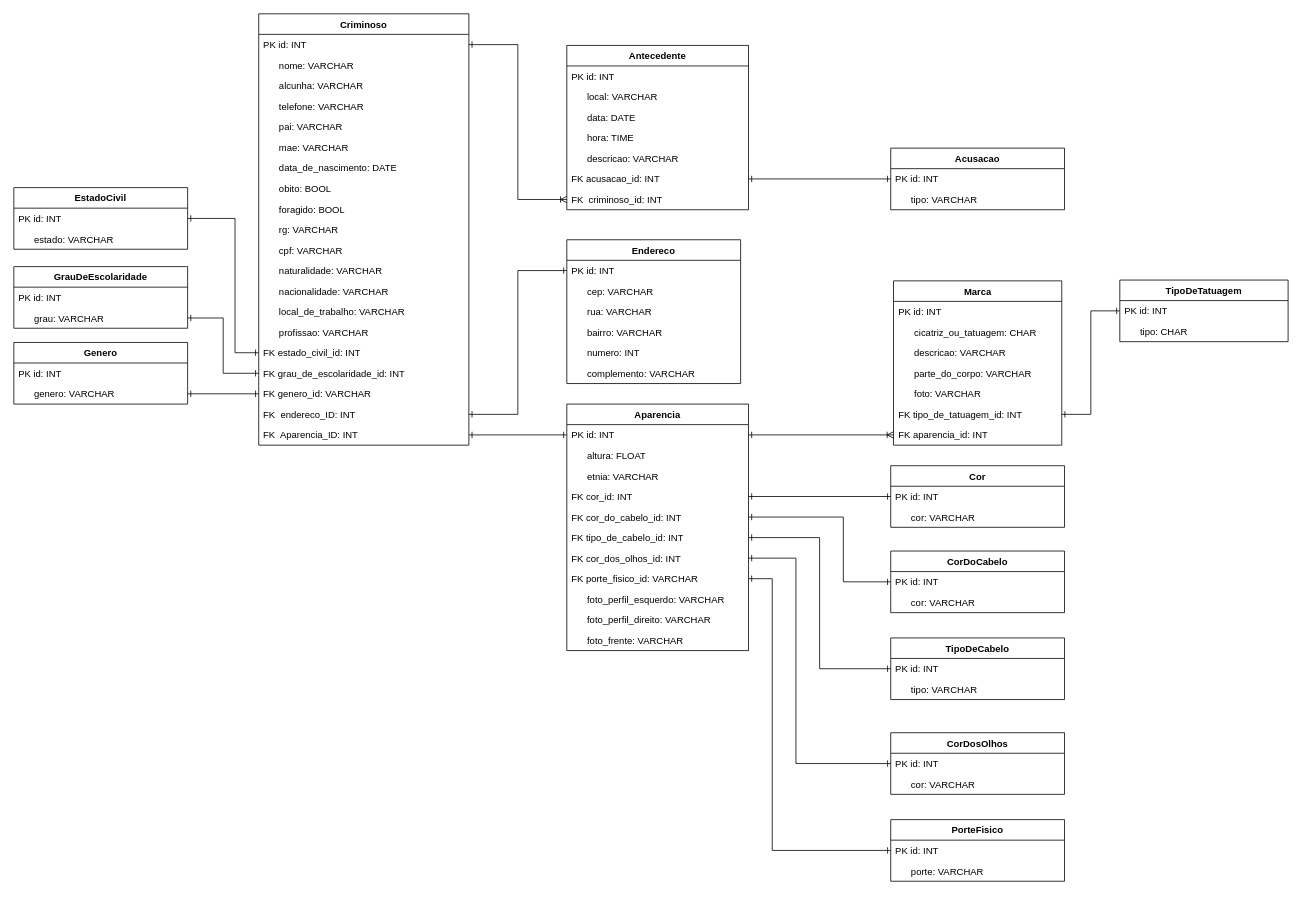
Earlier version of the draw.io diagram Fotos/UML/BancoDeDadosUML.drawio (PlazaJulio/pcproject). Source tidied: cells renumbered, new cells numbered last; positions are measured from the earlier drawing's top-left corner, leaving out a move shared by most shapes. Both pictures are drawn from the tidied source at 79%, with x=0, y=0 at pixel (13, 13).
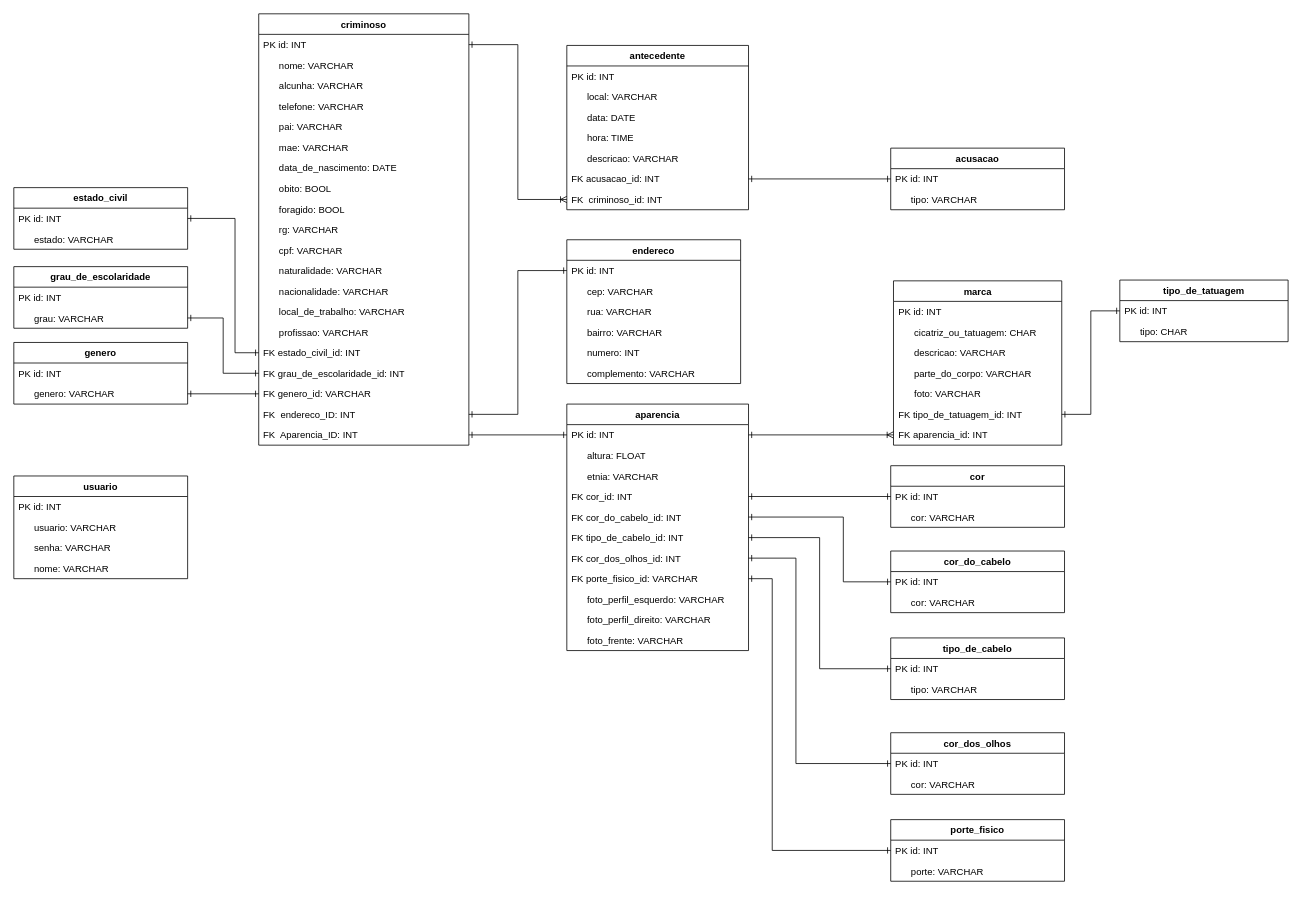
The same page after the edit.

Commit message (it also covers changes not shown here):
Alterado UML para inserir tabela usuarios / Alterado os nomes das tabelas para ficar igual esta no banco

The edit, as a diff of the source:
```diff
@@
-    <mxCell id="2" value="Endereco" style="swimlane;fontStyle=1;align=center;verticalAlign=top;horizontal=1;startSize=26;whiteSpace=wrap;html=1;" parent="1" vertex="1">
+    <mxCell id="2" value="endereco" style="swimlane;fontStyle=1;align=center;verticalAlign=top;horizontal=1;startSize=26;whiteSpace=wrap;html=1;" parent="1" vertex="1">
       <mxGeometry x="700" y="286" width="220" height="182" as="geometry" />
     </mxCell>
@@
-    <mxCell id="9" value="Criminoso" style="swimlane;fontStyle=1;align=center;verticalAlign=top;horizontal=1;startSize=26;whiteSpace=wrap;html=1;" parent="1" vertex="1">
+    <mxCell id="9" value="criminoso" style="swimlane;fontStyle=1;align=center;verticalAlign=top;horizontal=1;startSize=26;whiteSpace=wrap;html=1;" parent="1" vertex="1">
       <mxGeometry x="310" width="266" height="546" as="geometry" />
     </mxCell>
@@
-    <mxCell id="31" value="Aparencia" style="swimlane;fontStyle=1;align=center;verticalAlign=top;horizontal=1;startSize=26;whiteSpace=wrap;html=1;" parent="1" vertex="1">
+    <mxCell id="31" value="aparencia" style="swimlane;fontStyle=1;align=center;verticalAlign=top;horizontal=1;startSize=26;whiteSpace=wrap;html=1;" parent="1" vertex="1">
       <mxGeometry x="700" y="494" width="230" height="312" as="geometry" />
     </mxCell>
@@
-    <mxCell id="43" value="Marca" style="swimlane;fontStyle=1;align=center;verticalAlign=top;horizontal=1;startSize=26;whiteSpace=wrap;html=1;" parent="1" vertex="1">
+    <mxCell id="43" value="marca" style="swimlane;fontStyle=1;align=center;verticalAlign=top;horizontal=1;startSize=26;whiteSpace=wrap;html=1;" parent="1" vertex="1">
       <mxGeometry x="1113.5" y="338" width="213" height="208" as="geometry" />
     </mxCell>
@@
-    <mxCell id="52" value="Antecedente" style="swimlane;fontStyle=1;align=center;verticalAlign=top;horizontal=1;startSize=26;whiteSpace=wrap;html=1;" parent="1" vertex="1">
+    <mxCell id="52" value="antecedente" style="swimlane;fontStyle=1;align=center;verticalAlign=top;horizontal=1;startSize=26;whiteSpace=wrap;html=1;" parent="1" vertex="1">
       <mxGeometry x="700" y="40" width="230" height="208" as="geometry" />
     </mxCell>
@@
-    <mxCell id="62" value="EstadoCivil" style="swimlane;fontStyle=1;align=center;verticalAlign=top;horizontal=1;startSize=26;whiteSpace=wrap;html=1;" parent="1" vertex="1">
+    <mxCell id="62" value="estado_civil" style="swimlane;fontStyle=1;align=center;verticalAlign=top;horizontal=1;startSize=26;whiteSpace=wrap;html=1;" parent="1" vertex="1">
       <mxGeometry y="220" width="220" height="78" as="geometry" />
     </mxCell>
@@
-    <mxCell id="65" value="GrauDeEscolaridade" style="swimlane;fontStyle=1;align=center;verticalAlign=top;horizontal=1;startSize=26;whiteSpace=wrap;html=1;" parent="1" vertex="1">
+    <mxCell id="65" value="grau_de_escolaridade" style="swimlane;fontStyle=1;align=center;verticalAlign=top;horizontal=1;startSize=26;whiteSpace=wrap;html=1;" parent="1" vertex="1">
       <mxGeometry y="320" width="220" height="78" as="geometry" />
     </mxCell>
@@
-    <mxCell id="69" value="Genero" style="swimlane;fontStyle=1;align=center;verticalAlign=top;horizontal=1;startSize=26;whiteSpace=wrap;html=1;" parent="1" vertex="1">
+    <mxCell id="69" value="genero" style="swimlane;fontStyle=1;align=center;verticalAlign=top;horizontal=1;startSize=26;whiteSpace=wrap;html=1;" parent="1" vertex="1">
       <mxGeometry y="416" width="220" height="78" as="geometry" />
     </mxCell>
@@
-    <mxCell id="73" value="Cor" style="swimlane;fontStyle=1;align=center;verticalAlign=top;horizontal=1;startSize=26;whiteSpace=wrap;html=1;" parent="1" vertex="1">
+    <mxCell id="73" value="cor" style="swimlane;fontStyle=1;align=center;verticalAlign=top;horizontal=1;startSize=26;whiteSpace=wrap;html=1;" parent="1" vertex="1">
       <mxGeometry x="1110" y="572" width="220" height="78" as="geometry" />
     </mxCell>
@@
-    <mxCell id="77" value="CorDoCabelo" style="swimlane;fontStyle=1;align=center;verticalAlign=top;horizontal=1;startSize=26;whiteSpace=wrap;html=1;" parent="1" vertex="1">
+    <mxCell id="77" value="cor_do_cabelo" style="swimlane;fontStyle=1;align=center;verticalAlign=top;horizontal=1;startSize=26;whiteSpace=wrap;html=1;" parent="1" vertex="1">
       <mxGeometry x="1110" y="680" width="220" height="78" as="geometry" />
     </mxCell>
@@
-    <mxCell id="80" value="TipoDeCabelo" style="swimlane;fontStyle=1;align=center;verticalAlign=top;horizontal=1;startSize=26;whiteSpace=wrap;html=1;" parent="1" vertex="1">
+    <mxCell id="80" value="tipo_de_cabelo" style="swimlane;fontStyle=1;align=center;verticalAlign=top;horizontal=1;startSize=26;whiteSpace=wrap;html=1;" parent="1" vertex="1">
       <mxGeometry x="1110" y="790" width="220" height="78" as="geometry" />
     </mxCell>
@@
-    <mxCell id="83" value="CorDosOlhos" style="swimlane;fontStyle=1;align=center;verticalAlign=top;horizontal=1;startSize=26;whiteSpace=wrap;html=1;" parent="1" vertex="1">
+    <mxCell id="83" value="cor_dos_olhos" style="swimlane;fontStyle=1;align=center;verticalAlign=top;horizontal=1;startSize=26;whiteSpace=wrap;html=1;" parent="1" vertex="1">
       <mxGeometry x="1110" y="910" width="220" height="78" as="geometry" />
     </mxCell>
@@
-    <mxCell id="86" value="Acusacao" style="swimlane;fontStyle=1;align=center;verticalAlign=top;horizontal=1;startSize=26;whiteSpace=wrap;html=1;" parent="1" vertex="1">
+    <mxCell id="86" value="acusacao" style="swimlane;fontStyle=1;align=center;verticalAlign=top;horizontal=1;startSize=26;whiteSpace=wrap;html=1;" parent="1" vertex="1">
       <mxGeometry x="1110" y="170" width="220" height="78" as="geometry" />
     </mxCell>
@@
-    <mxCell id="93" value="PorteFisico" style="swimlane;fontStyle=1;align=center;verticalAlign=top;horizontal=1;startSize=26;whiteSpace=wrap;html=1;" parent="1" vertex="1">
+    <mxCell id="93" value="porte_fisico" style="swimlane;fontStyle=1;align=center;verticalAlign=top;horizontal=1;startSize=26;whiteSpace=wrap;html=1;" parent="1" vertex="1">
       <mxGeometry x="1110" y="1020" width="220" height="78" as="geometry" />
     </mxCell>
@@
-    <mxCell id="97" value="TipoDeTatuagem" style="swimlane;fontStyle=1;align=center;verticalAlign=top;horizontal=1;startSize=26;whiteSpace=wrap;html=1;" parent="1" vertex="1">
+    <mxCell id="97" value="tipo_de_tatuagem" style="swimlane;fontStyle=1;align=center;verticalAlign=top;horizontal=1;startSize=26;whiteSpace=wrap;html=1;" parent="1" vertex="1">
       <mxGeometry x="1400" y="337" width="213" height="78" as="geometry" />
     </mxCell>
@@
+    <mxCell id="102" value="usuario" style="swimlane;fontStyle=1;align=center;verticalAlign=top;horizontal=1;startSize=26;whiteSpace=wrap;html=1;" parent="1" vertex="1">
+      <mxGeometry y="585" width="220" height="130" as="geometry" />
+    </mxCell>
+    <mxCell id="103" value="PK id: INT" style="text;strokeColor=none;fillColor=none;align=left;verticalAlign=top;spacingLeft=4;spacingRight=4;overflow=hidden;whiteSpace=wrap;html=1;" parent="102" vertex="1">
+      <mxGeometry y="26" width="220" height="26" as="geometry" />
+    </mxCell>
+    <mxCell id="104" value="&amp;nbsp; &amp;nbsp; &amp;nbsp; usuario: VARCHAR" style="text;strokeColor=none;fillColor=none;align=left;verticalAlign=top;spacingLeft=4;spacingRight=4;overflow=hidden;whiteSpace=wrap;html=1;" parent="102" vertex="1">
+      <mxGeometry y="52" width="220" height="26" as="geometry" />
+    </mxCell>
+    <mxCell id="105" value="&amp;nbsp; &amp;nbsp; &amp;nbsp; senha: VARCHAR" style="text;strokeColor=none;fillColor=none;align=left;verticalAlign=top;spacingLeft=4;spacingRight=4;overflow=hidden;whiteSpace=wrap;html=1;" parent="102" vertex="1">
+      <mxGeometry y="78" width="220" height="26" as="geometry" />
+    </mxCell>
+    <mxCell id="106" value="&amp;nbsp; &amp;nbsp; &amp;nbsp; nome: VARCHAR" style="text;strokeColor=none;fillColor=none;align=left;verticalAlign=top;spacingLeft=4;spacingRight=4;overflow=hidden;whiteSpace=wrap;html=1;" parent="102" vertex="1">
+      <mxGeometry y="104" width="220" height="26" as="geometry" />
+    </mxCell>
```
